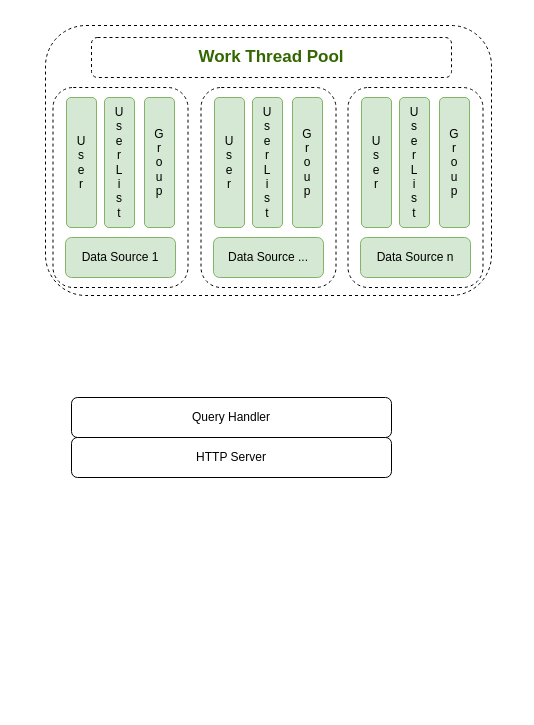
Before: dataprovider.drawio in linfenwen/draw_io, a draw.io diagram. Source tidied: cells renumbered, new cells numbered last; positions are measured from the earlier drawing's top-left corner, leaving out a move shared by most shapes. Both pictures are drawn from the tidied source at 100%, with x=0, y=0 at pixel (45, 25).
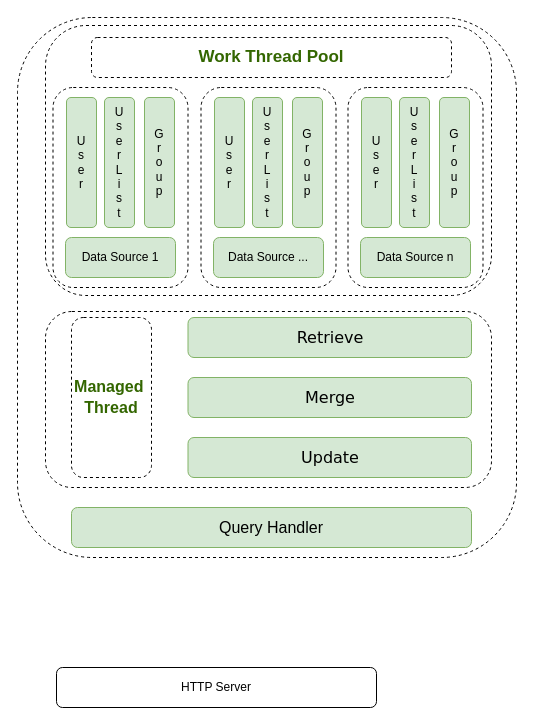
Above is the later version.

Diff of the diagram source:
```diff
@@
+    <mxCell id="24" style="rounded=1;whiteSpace=wrap;html=1;dashed=1;fontFamily=Verdana;fontSize=16;fontColor=#336600;" parent="1" vertex="1">
+      <mxGeometry x="-28" y="-8" width="499" height="540" as="geometry" />
+    </mxCell>
+    <mxCell id="25" style="rounded=1;whiteSpace=wrap;html=1;fontFamily=Verdana;fontSize=17;fontColor=#336600;dashed=1;" parent="1" vertex="1">
+      <mxGeometry y="286" width="446" height="176" as="geometry" />
+    </mxCell>
@@
     <mxCell id="3" value="HTTP Server" style="rounded=1;whiteSpace=wrap;html=1;" parent="1" vertex="1">
-      <mxGeometry x="26" y="412" width="320" height="40" as="geometry" />
+      <mxGeometry x="11" y="642" width="320" height="40" as="geometry" />
     </mxCell>
-    <mxCell id="4" value="Query Handler" style="rounded=1;whiteSpace=wrap;html=1;" parent="1" vertex="1">
-      <mxGeometry x="26" y="372" width="320" height="40" as="geometry" />
+    <mxCell id="4" value="&lt;font style=&quot;font-size: 16px&quot;&gt;Query Handler&lt;/font&gt;" style="rounded=1;whiteSpace=wrap;html=1;fillColor=#d5e8d4;strokeColor=#82b366;" parent="1" vertex="1">
+      <mxGeometry x="26" y="482" width="400" height="40" as="geometry" />
     </mxCell>
@@
+    <mxCell id="26" value="&lt;b style=&quot;font-size: 16px&quot;&gt;&lt;font color=&quot;#336600&quot;&gt;Managed&amp;nbsp;&lt;br&gt;Thread&lt;/font&gt;&lt;br&gt;&lt;/b&gt;" style="rounded=1;whiteSpace=wrap;html=1;dashed=1;fontSize=17;horizontal=1;verticalAlign=middle;" parent="1" vertex="1">
+      <mxGeometry x="26" y="292" width="80" height="160" as="geometry" />
+    </mxCell>
+    <mxCell id="27" value="&lt;font style=&quot;font-size: 16px&quot;&gt;Retrieve&lt;/font&gt;" style="rounded=1;whiteSpace=wrap;html=1;fontFamily=Verdana;fontSize=17;fillColor=#d5e8d4;strokeColor=#82b366;" parent="1" vertex="1">
+      <mxGeometry x="142.5" y="292" width="283.5" height="40" as="geometry" />
+    </mxCell>
+    <mxCell id="28" value="&lt;font style=&quot;font-size: 16px&quot;&gt;Merge&lt;/font&gt;" style="rounded=1;whiteSpace=wrap;html=1;fontFamily=Verdana;fontSize=17;fillColor=#d5e8d4;strokeColor=#82b366;" parent="1" vertex="1">
+      <mxGeometry x="142.5" y="352" width="283.5" height="40" as="geometry" />
+    </mxCell>
+    <mxCell id="29" value="&lt;font style=&quot;font-size: 16px&quot;&gt;Update&lt;/font&gt;" style="rounded=1;whiteSpace=wrap;html=1;fontFamily=Verdana;fontSize=17;fillColor=#d5e8d4;strokeColor=#82b366;" parent="1" vertex="1">
+      <mxGeometry x="142.5" y="412" width="283.5" height="40" as="geometry" />
+    </mxCell>
```
